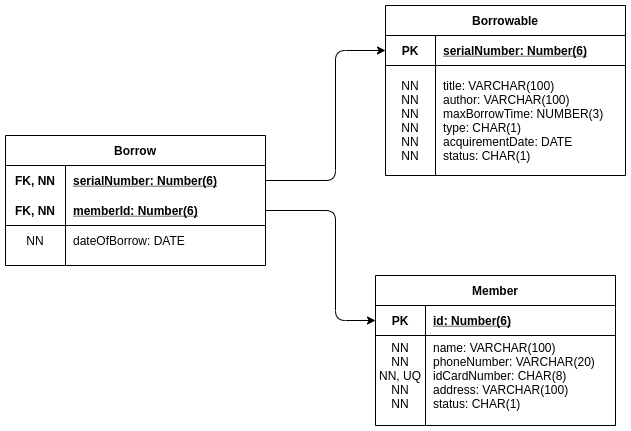
This is docs/img/information-systems-relational-diagram.png from bbalage/information-systems-handin, a draw.io export, as it was before one commit. Source tidied: cells renumbered, new cells last; positions are measured from the earlier drawing's top-left corner, leaving out a move shared by most shapes.
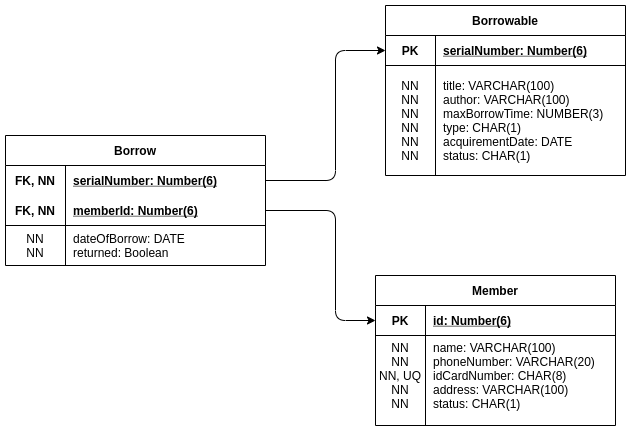
After the change.

Commit message:
Syncronized docs: Added "returned" field to Borrow.

What changed in the source:
```diff
@@ -24,13 +24,13 @@
       <mxGeometry x="60" width="200" height="30" as="geometry" />
     </mxCell>
     <mxCell id="9" style="shape=partialRectangle;fillColor=none;top=0;left=0;bottom=0;right=0;" parent="2" vertex="1">
-      <mxGeometry y="90" width="260" height="30" as="geometry" />
+      <mxGeometry y="90" width="260" height="40" as="geometry" />
     </mxCell>
-    <mxCell id="10" value="NN" style="shape=partialRectangle;fillColor=none;top=0;left=0;bottom=0;right=0;overflow=hidden;" parent="9" vertex="1">
-      <mxGeometry width="60" height="30" as="geometry" />
+    <mxCell id="10" value="NN&#10;NN" style="shape=partialRectangle;fillColor=none;top=0;left=0;bottom=0;right=0;overflow=hidden;" parent="9" vertex="1">
+      <mxGeometry width="60" height="40" as="geometry" />
     </mxCell>
-    <mxCell id="11" value="dateOfBorrow: DATE" style="shape=partialRectangle;fillColor=none;top=0;left=0;bottom=0;right=0;align=left;spacingLeft=6;overflow=hidden;" parent="9" vertex="1">
-      <mxGeometry x="60" width="200" height="30" as="geometry" />
+    <mxCell id="11" value="dateOfBorrow: DATE&#10;returned: Boolean" style="shape=partialRectangle;fillColor=none;top=0;left=0;bottom=0;right=0;align=left;spacingLeft=6;overflow=hidden;" parent="9" vertex="1">
+      <mxGeometry x="60" width="200" height="40" as="geometry" />
     </mxCell>
     <mxCell id="12" value="Member" style="shape=table;startSize=30;rowLines=0;fontStyle=1;align=center;" parent="1" vertex="1">
       <mxGeometry x="370" y="270" width="240" height="150" as="geometry" />
```
